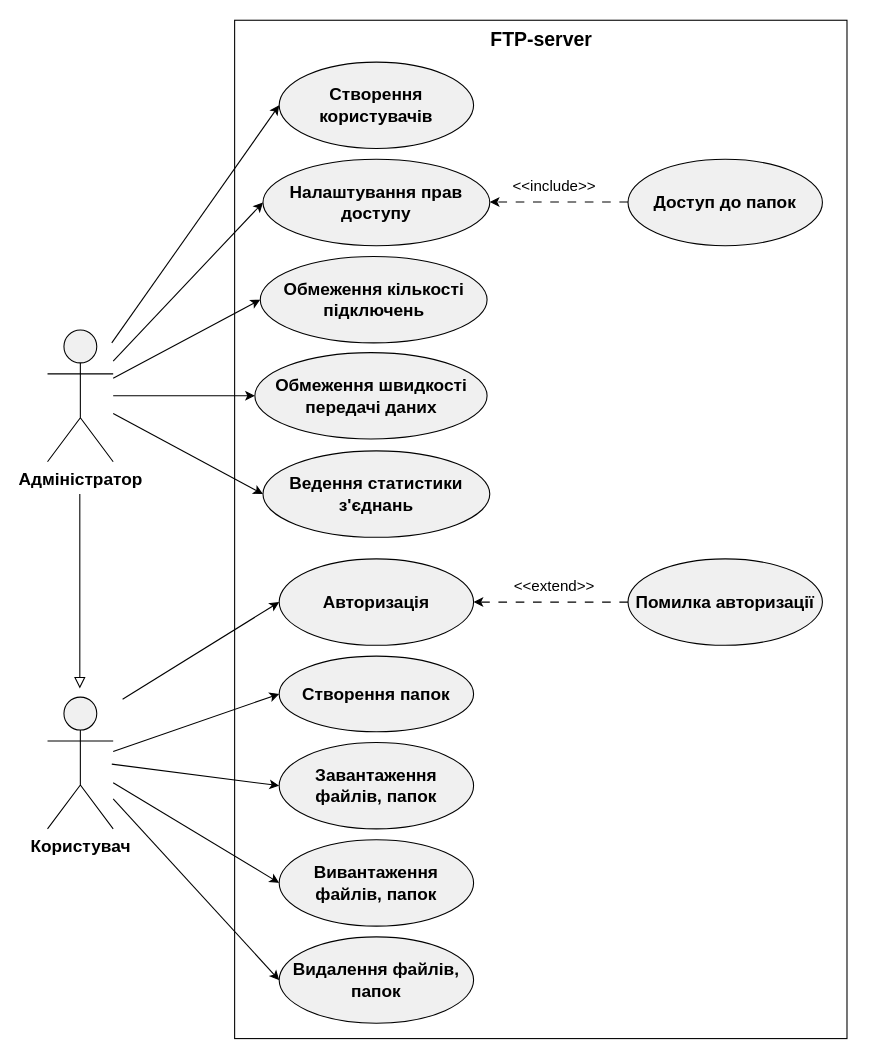
dobrogo-dnia/SDT-labs keeps this draw.io diagram as resources/LW-2/usecase.drawio. Above is the earlier version. Source tidied: cells renumbered, new cells numbered last; positions are measured from the earlier drawing's top-left corner, leaving out a move shared by most shapes. Both pictures are drawn from the tidied source at 108%, with x=0, y=0 at pixel (31, 18).
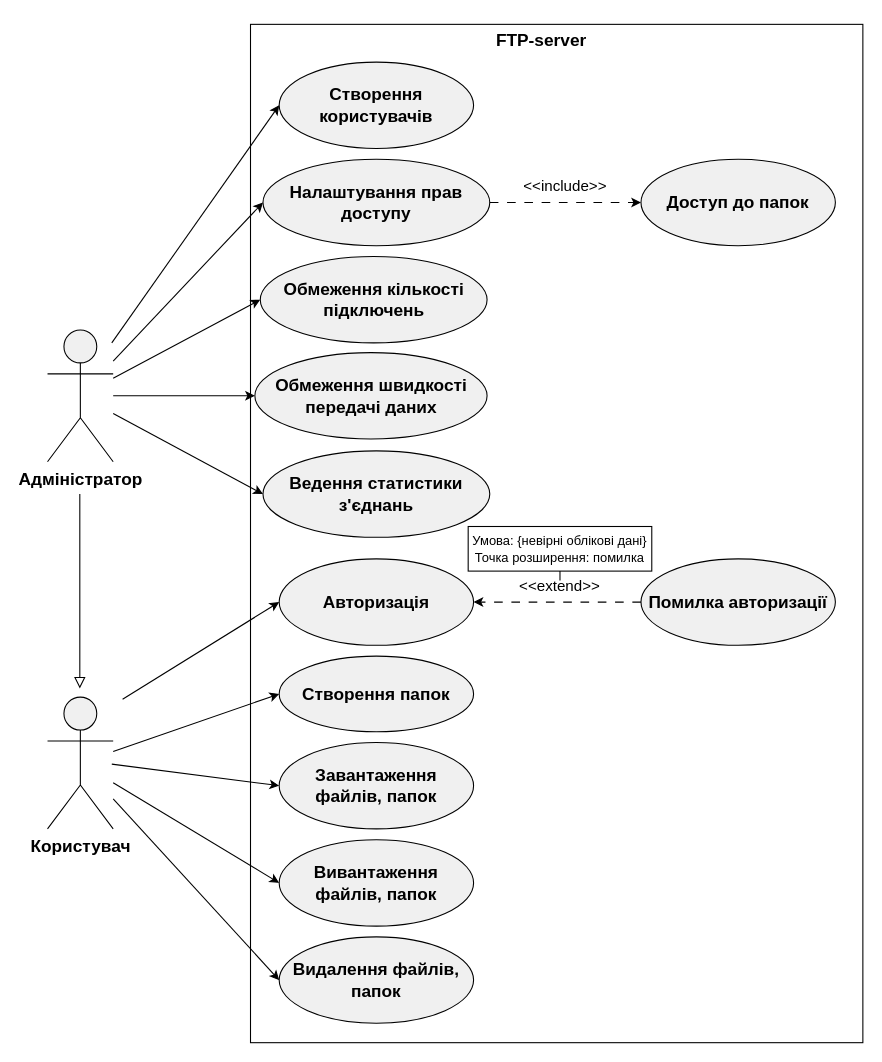
Above is the later version.

The change refers to these unchanged cells:
```xml
<mxCell id="8" value="&lt;div style=&quot;&quot;&gt;&lt;span style=&quot;background-color: initial;&quot;&gt;&lt;font style=&quot;font-size: 16px;&quot;&gt;&lt;b&gt;Налаштування прав доступу&lt;/b&gt;&lt;/font&gt;&lt;/span&gt;&lt;/div&gt;" style="ellipse;whiteSpace=wrap;html=1;align=center;fillColor=#f0f0f0;" parent="1" vertex="1">
  <mxGeometry x="214" y="130" width="210" height="80" as="geometry" />
</mxCell>
```

Diff of the diagram source:
```diff
@@
     <mxCell id="2" style="rounded=0;whiteSpace=wrap;html=1;rotation=90;" parent="1" vertex="1">
-      <mxGeometry x="-0.2" y="189.2" width="942.9" height="567" as="geometry" />
+      <mxGeometry x="14.5" y="193" width="942.9" height="567" as="geometry" />
     </mxCell>
-    <mxCell id="3" value="&lt;font size=&quot;1&quot; style=&quot;&quot;&gt;&lt;b style=&quot;font-size: 18px;&quot;&gt;FTP-server&lt;/b&gt;&lt;/font&gt;" style="text;html=1;align=center;verticalAlign=middle;whiteSpace=wrap;rounded=0;" parent="1" vertex="1">
+    <mxCell id="3" value="&lt;font size=&quot;1&quot; style=&quot;&quot;&gt;&lt;b style=&quot;font-size: 16px;&quot;&gt;FTP-server&lt;/b&gt;&lt;/font&gt;" style="text;html=1;align=center;verticalAlign=middle;whiteSpace=wrap;rounded=0;" parent="1" vertex="1">
       <mxGeometry x="390.5" width="161.5" height="40" as="geometry" />
     </mxCell>
@@
-    <mxCell id="11" value="&lt;font style=&quot;font-size: 16px;&quot;&gt;&lt;b&gt;Ведення статистики з'єднань&lt;/b&gt;&lt;/font&gt;" style="ellipse;whiteSpace=wrap;html=1;fillColor=#f0f0f0;" parent="1" vertex="1">
-      <mxGeometry x="214" y="400" width="210" height="80" as="geometry" />
-    </mxCell>
@@
     <mxCell id="16" value="&lt;font style=&quot;font-size: 16px;&quot;&gt;&lt;b&gt;Доступ до папок&lt;/b&gt;&lt;/font&gt;" style="ellipse;whiteSpace=wrap;html=1;fillColor=#f0f0f0;" parent="1" vertex="1">
-      <mxGeometry x="552" y="130" width="180" height="80" as="geometry" />
+      <mxGeometry x="564" y="130" width="180" height="80" as="geometry" />
     </mxCell>
     <mxCell id="17" value="&lt;font style=&quot;font-size: 16px;&quot;&gt;&lt;b&gt;Помилка авторизації&lt;/b&gt;&lt;/font&gt;" style="ellipse;whiteSpace=wrap;html=1;fillColor=#f0f0f0;" parent="1" vertex="1">
-      <mxGeometry x="552" y="500" width="180" height="80" as="geometry" />
+      <mxGeometry x="564" y="500" width="180" height="80" as="geometry" />
     </mxCell>
@@
-    <mxCell id="19" style="endArrow=classic;html=1;rounded=0;exitX=0;exitY=0.5;exitDx=0;exitDy=0;strokeColor=default;dashed=1;dashPattern=8 8;" parent="1" edge="1">
-      <mxGeometry relative="1" as="geometry">
-        <mxPoint x="552" y="169.6" as="sourcePoint" />
-        <mxPoint x="424" y="169.6" as="targetPoint" />
-      </mxGeometry>
+    <mxCell id="19" style="endArrow=classic;html=1;rounded=0;exitX=1;exitY=0.5;exitDx=0;exitDy=0;strokeColor=default;dashed=1;dashPattern=8 8;entryX=0;entryY=0.5;entryDx=0;entryDy=0;" parent="1" edge="1" source="8" target="16">
+      <mxGeometry relative="1" as="geometry" />
     </mxCell>
     <mxCell id="20" value="&lt;font style=&quot;font-size: 14px;&quot;&gt;&amp;lt;&amp;lt;extend&amp;gt;&amp;gt;&lt;/font&gt;" style="text;html=1;align=center;verticalAlign=middle;whiteSpace=wrap;rounded=0;" parent="1" vertex="1">
-      <mxGeometry x="454" y="510" width="60" height="30" as="geometry" />
+      <mxGeometry x="459" y="510" width="60" height="30" as="geometry" />
     </mxCell>
     <mxCell id="21" value="&lt;font style=&quot;font-size: 14px;&quot;&gt;&amp;lt;&amp;lt;include&lt;/font&gt;&lt;span style=&quot;background-color: initial; font-size: 14px;&quot;&gt;&amp;gt;&amp;gt;&lt;/span&gt;" style="text;html=1;align=center;verticalAlign=middle;whiteSpace=wrap;rounded=0;" parent="1" vertex="1">
-      <mxGeometry x="454" y="140" width="60" height="30" as="geometry" />
+      <mxGeometry x="464" y="140" width="60" height="30" as="geometry" />
     </mxCell>
@@
+    <mxCell id="33" style="rounded=0;whiteSpace=wrap;html=1;" parent="1" vertex="1">
+      <mxGeometry x="404" y="470" width="170" height="41.3" as="geometry" />
+    </mxCell>
+    <mxCell id="11" value="&lt;font style=&quot;font-size: 16px;&quot;&gt;&lt;b&gt;Ведення статистики з'єднань&lt;/b&gt;&lt;/font&gt;" style="ellipse;whiteSpace=wrap;html=1;fillColor=#f0f0f0;" parent="1" vertex="1">
+      <mxGeometry x="214" y="400" width="210" height="80" as="geometry" />
+    </mxCell>
+    <mxCell id="34" style="endArrow=none;html=1;rounded=0;entryX=0.5;entryY=1;entryDx=0;entryDy=0;" parent="1" edge="1" target="35">
+      <mxGeometry relative="1" as="geometry">
+        <mxPoint x="489" y="520" as="sourcePoint" />
+      </mxGeometry>
+    </mxCell>
+    <mxCell id="35" value="&lt;div style=&quot;&quot;&gt;&lt;span style=&quot;background-color: initial;&quot;&gt;&lt;font style=&quot;font-size: 12px;&quot;&gt;Умова: {невірні облікові дані}&lt;/font&gt;&lt;/span&gt;&lt;/div&gt;&lt;div style=&quot;&quot;&gt;&lt;span style=&quot;background-color: initial;&quot;&gt;&lt;font style=&quot;font-size: 12px;&quot;&gt;Точка розширення: помилка&lt;/font&gt;&lt;/span&gt;&lt;/div&gt;" style="text;html=1;align=center;verticalAlign=middle;whiteSpace=wrap;rounded=0;" parent="1" vertex="1">
+      <mxGeometry x="404" y="470" width="170" height="41.3" as="geometry" />
+    </mxCell>
```
